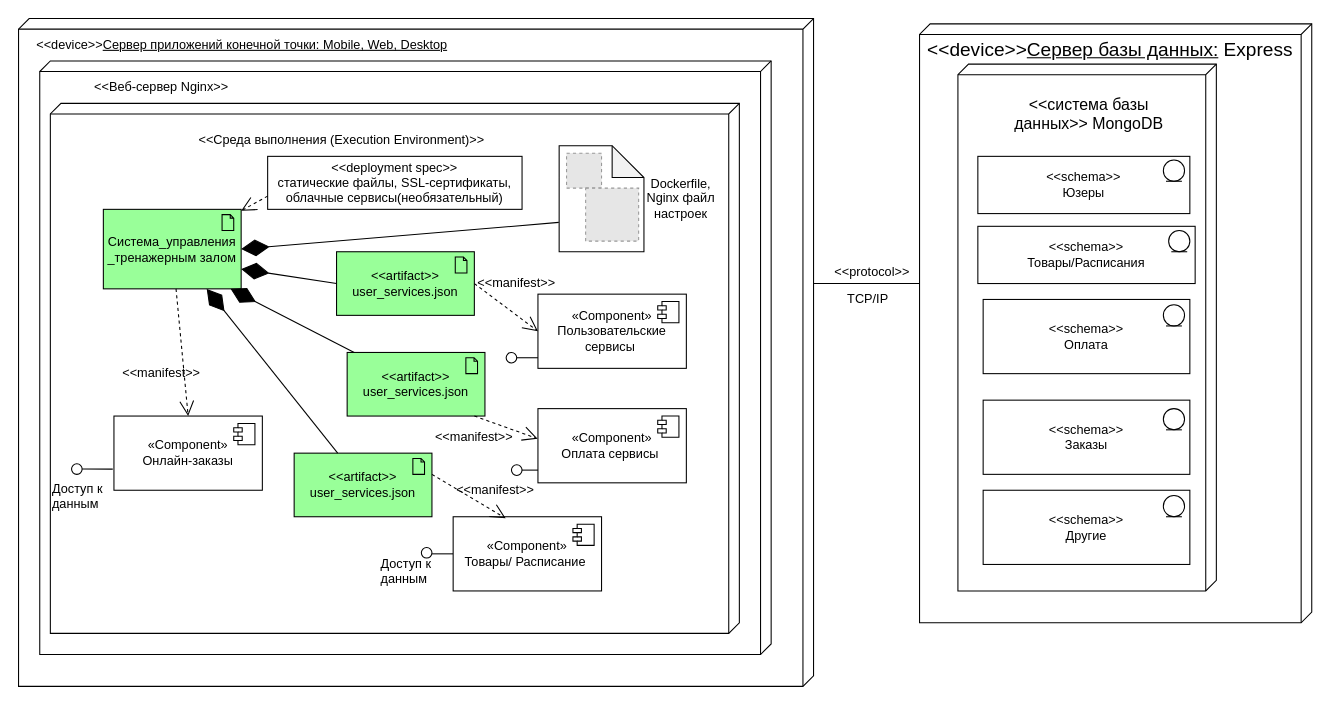
This is page "Trang-3" (3 of 3) of Biểu đồ không có tiêu đề.drawio from quyettranvu/Diagram-Fullstack-SQL-Docker-Nginx, a draw.io file, before an edit. Source tidied: cells renumbered, new cells numbered last; positions are measured from the earlier drawing's top-left corner, leaving out a move shared by most shapes. Both pictures are drawn from the tidied source at 106%, with x=0, y=0 at pixel (18, 18). Pictures stored in the file or linked from it are replaced by grey dashed boxes.
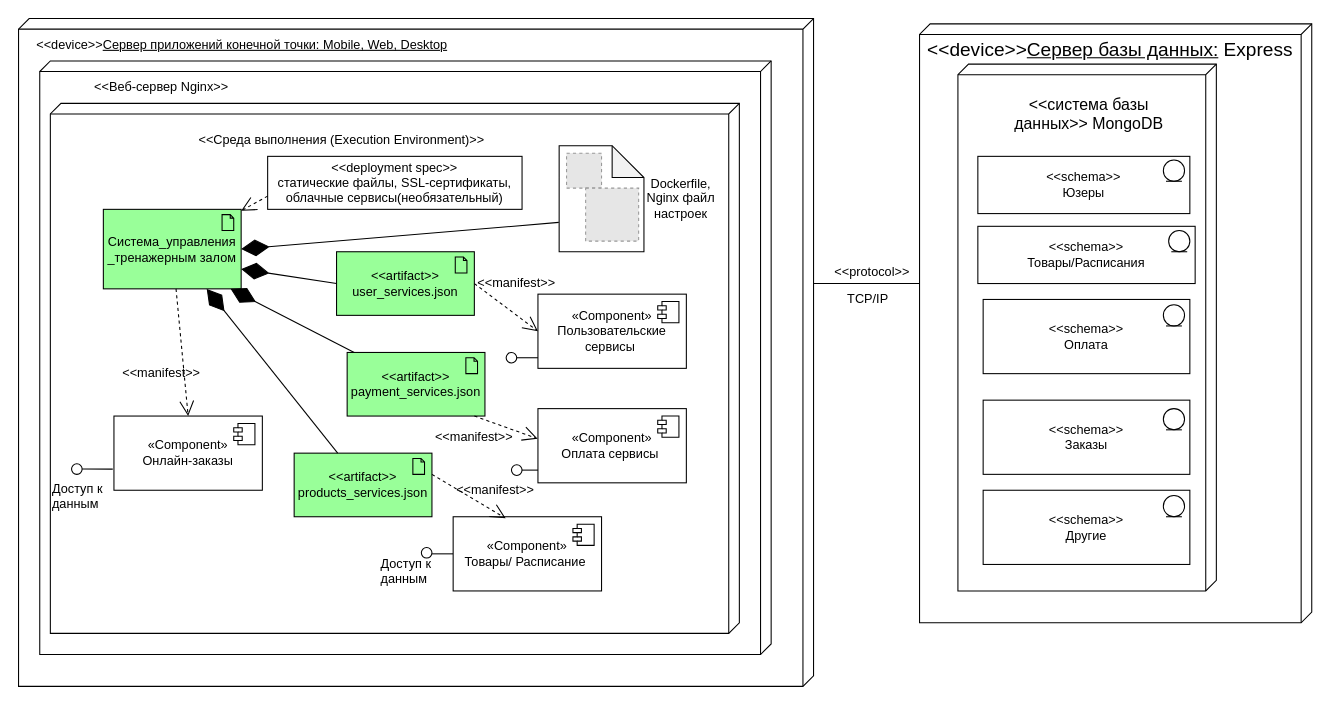
After the change.

Commit message:
Cập nhật Biểu đồ không có tiêu đề.drawio

Diff of the diagram source:
```diff
@@
-    <mxCell id="29" value="&amp;lt;&amp;lt;artifact&amp;gt;&amp;gt;&lt;br&gt;user_services.json" style="html=1;outlineConnect=0;whiteSpace=wrap;fillColor=#99ff99;shape=mxgraph.archimate.application;appType=artifact;" parent="1" vertex="1">
+    <mxCell id="29" value="&amp;lt;&amp;lt;artifact&amp;gt;&amp;gt;&lt;br&gt;products_services.json" style="html=1;outlineConnect=0;whiteSpace=wrap;fillColor=#99ff99;shape=mxgraph.archimate.application;appType=artifact;" parent="1" vertex="1">
       <mxGeometry x="260" y="410" width="130" height="60" as="geometry" />
     </mxCell>
-    <mxCell id="30" value="&amp;lt;&amp;lt;artifact&amp;gt;&amp;gt;&lt;br&gt;user_services.json" style="html=1;outlineConnect=0;whiteSpace=wrap;fillColor=#99ff99;shape=mxgraph.archimate.application;appType=artifact;" parent="1" vertex="1">
+    <mxCell id="30" value="&amp;lt;&amp;lt;artifact&amp;gt;&amp;gt;&lt;br&gt;payment_services.json" style="html=1;outlineConnect=0;whiteSpace=wrap;fillColor=#99ff99;shape=mxgraph.archimate.application;appType=artifact;" parent="1" vertex="1">
       <mxGeometry x="310" y="315" width="130" height="60" as="geometry" />
     </mxCell>
```
